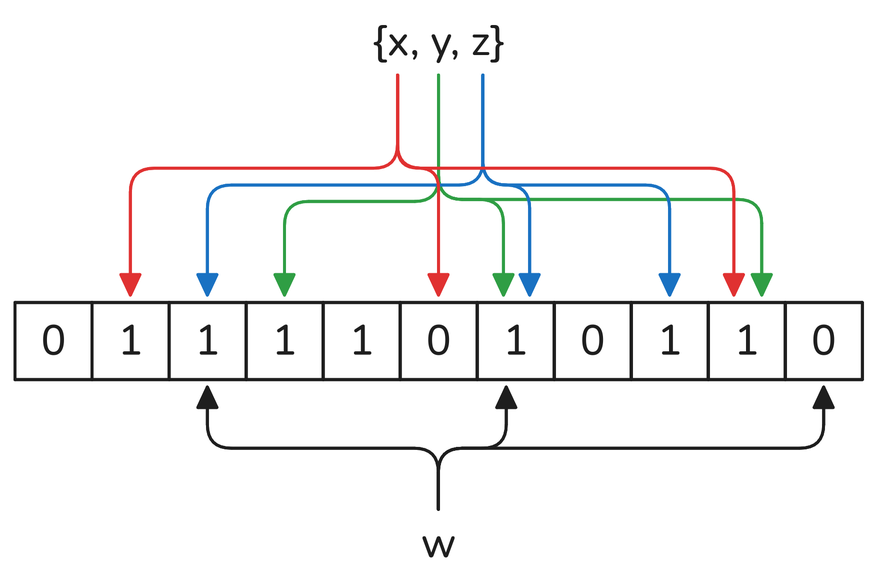
Earlier version of the Excalidraw export images/bloom-filter.png (tdortman/thesis). Source tidied: one line per element, renumbered; positions are measured from the earlier drawing's top-left corner, leaving out a move shared by most shapes.
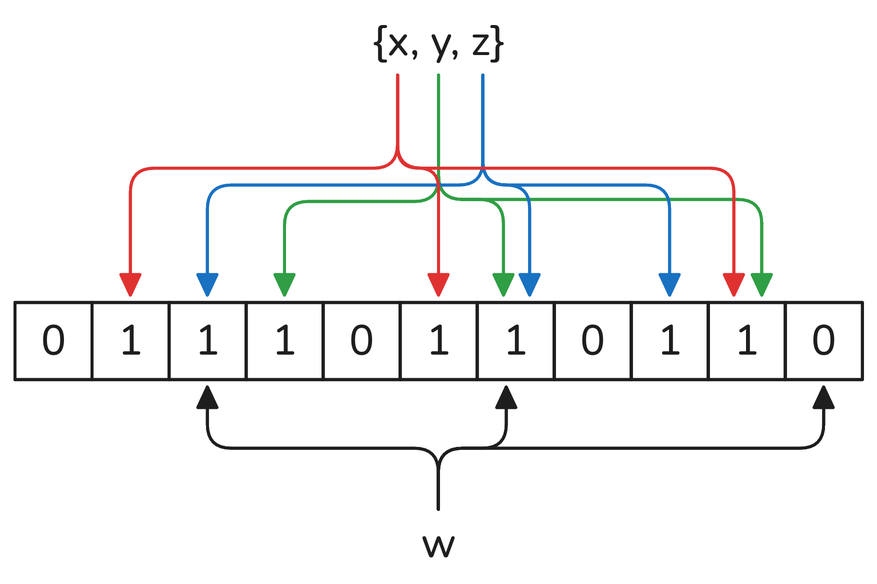
After the change.

Commit message:
fix bloom filter image

The edit, as a diff of the source:
```diff
@@ -7,9 +7,9 @@
 {"id": 6, "type": "rectangle", "strokeColor": "#1e1e1e", "strokeWidth": 2, "roughness": 0, "x": 154, "y": 192, "width": 51, "height": 51}
 {"id": 7, "type": "text", "text": "1", "strokeColor": "#1e1e1e", "backgroundColor": "#ffc9c9", "fillStyle": "solid", "strokeWidth": 2, "roughness": 0, "fontSize": 28, "fontFamily": 6, "textAlign": "center", "verticalAlign": "middle", "inside": 6, "x": 171, "y": 200, "width": 17, "height": 35}
 {"id": 8, "type": "rectangle", "strokeColor": "#1e1e1e", "strokeWidth": 2, "roughness": 0, "x": 205, "y": 192, "width": 51, "height": 51}
-{"id": 9, "type": "text", "text": "1", "strokeColor": "#1e1e1e", "backgroundColor": "#ffc9c9", "fillStyle": "solid", "strokeWidth": 2, "roughness": 0, "fontSize": 28, "fontFamily": 6, "textAlign": "center", "verticalAlign": "middle", "inside": 8, "x": 223, "y": 200, "width": 17, "height": 35}
+{"id": 9, "type": "text", "text": "0", "strokeColor": "#1e1e1e", "backgroundColor": "#ffc9c9", "fillStyle": "solid", "strokeWidth": 2, "roughness": 0, "fontSize": 28, "fontFamily": 6, "textAlign": "center", "verticalAlign": "middle", "inside": 8, "x": 223, "y": 200, "width": 17, "height": 35}
 {"id": 10, "type": "rectangle", "strokeColor": "#1e1e1e", "strokeWidth": 2, "roughness": 0, "x": 257, "y": 192, "width": 51, "height": 51}
-{"id": 11, "type": "text", "text": "0", "strokeColor": "#1e1e1e", "backgroundColor": "#ffc9c9", "fillStyle": "solid", "strokeWidth": 2, "roughness": 0, "fontSize": 28, "fontFamily": 6, "textAlign": "center", "verticalAlign": "middle", "inside": 10, "x": 274, "y": 200, "width": 17, "height": 35}
+{"id": 11, "type": "text", "text": "1", "strokeColor": "#1e1e1e", "backgroundColor": "#ffc9c9", "fillStyle": "solid", "strokeWidth": 2, "roughness": 0, "fontSize": 28, "fontFamily": 6, "textAlign": "center", "verticalAlign": "middle", "inside": 10, "x": 274, "y": 200, "width": 17, "height": 35}
 {"id": 12, "type": "rectangle", "strokeColor": "#1e1e1e", "strokeWidth": 2, "roughness": 0, "x": 308, "y": 192, "width": 51, "height": 51}
 {"id": 13, "type": "text", "text": "1", "strokeColor": "#1e1e1e", "backgroundColor": "#ffc9c9", "fillStyle": "solid", "strokeWidth": 2, "roughness": 0, "fontSize": 28, "fontFamily": 6, "textAlign": "center", "verticalAlign": "middle", "inside": 12, "x": 325, "y": 200, "width": 17, "height": 35}
 {"id": 14, "type": "rectangle", "strokeColor": "#1e1e1e", "strokeWidth": 2, "roughness": 0, "x": 359, "y": 192, "width": 51, "height": 51}
```
